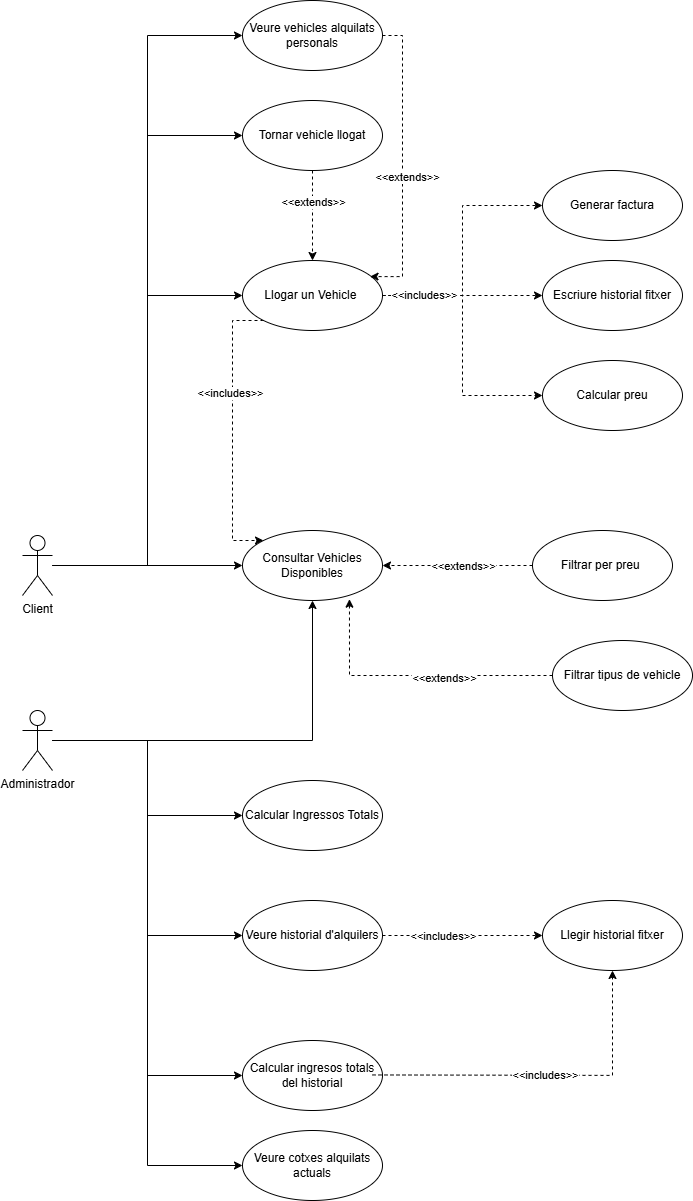
This is documents/Cas d'us JavaCar.png from LaSalleGracia-Programacio/24-25-pr-ctica-ii-javacar-paumarcelr, a draw.io export, as it was before one commit. Source tidied: cells renumbered, new cells last; positions are measured from the earlier drawing's top-left corner, leaving out a move shared by most shapes. The source it was exported from:
```xml
<mxGraphModel background="#ffffff">
  <root>
    <mxCell id="0" />
    <mxCell id="1" parent="0" />
    <mxCell id="2" style="edgeStyle=orthogonalEdgeStyle;rounded=0;jettySize=auto;html=1;entryX=0;entryY=0.5;entryDx=0;entryDy=0;" parent="1" edge="1" source="6" target="14">
      <mxGeometry relative="1" as="geometry" />
    </mxCell>
    <mxCell id="3" style="edgeStyle=orthogonalEdgeStyle;rounded=0;jettySize=auto;html=1;entryX=0;entryY=0.5;entryDx=0;entryDy=0;" parent="1" edge="1" source="6" target="13">
      <mxGeometry relative="1" as="geometry" />
    </mxCell>
    <mxCell id="4" style="edgeStyle=orthogonalEdgeStyle;rounded=0;jettySize=auto;html=1;entryX=0;entryY=0.5;entryDx=0;entryDy=0;" parent="1" edge="1" source="6" target="40">
      <mxGeometry relative="1" as="geometry" />
    </mxCell>
    <mxCell id="5" style="edgeStyle=orthogonalEdgeStyle;rounded=0;jettySize=auto;html=1;entryX=0;entryY=0.5;entryDx=0;entryDy=0;" parent="1" edge="1" source="6" target="41">
      <mxGeometry relative="1" as="geometry" />
    </mxCell>
    <mxCell id="6" value="Client" style="shape=umlActor;verticalLabelPosition=bottom;verticalAlign=top;html=1;" parent="1" vertex="1">
      <mxGeometry y="535" width="30" height="60" as="geometry" />
    </mxCell>
    <mxCell id="7" style="edgeStyle=orthogonalEdgeStyle;rounded=0;jettySize=auto;html=1;dashed=1;" parent="1" edge="1" source="13" target="14">
      <mxGeometry relative="1" as="geometry">
        <Array as="points">
          <mxPoint x="210" y="320" />
          <mxPoint x="210" y="540" />
        </Array>
      </mxGeometry>
    </mxCell>
    <mxCell id="8" value="&amp;lt;&amp;lt;includes&amp;gt;&amp;gt;" style="edgeLabel;html=1;align=center;verticalAlign=middle;" parent="7" vertex="1">
      <mxGeometry x="-0.27" y="-3" relative="1" as="geometry" />
    </mxCell>
    <mxCell id="9" style="edgeStyle=orthogonalEdgeStyle;rounded=0;jettySize=auto;html=1;entryX=0;entryY=0.5;entryDx=0;entryDy=0;dashed=1;" parent="1" edge="1" source="13" target="25">
      <mxGeometry relative="1" as="geometry" />
    </mxCell>
    <mxCell id="10" style="edgeStyle=orthogonalEdgeStyle;rounded=0;jettySize=auto;html=1;dashed=1;" parent="1" edge="1" source="13" target="31">
      <mxGeometry relative="1" as="geometry" />
    </mxCell>
    <mxCell id="11" style="edgeStyle=orthogonalEdgeStyle;rounded=0;jettySize=auto;html=1;entryX=0;entryY=0.5;entryDx=0;entryDy=0;dashed=1;" parent="1" edge="1" source="13" target="37">
      <mxGeometry relative="1" as="geometry" />
    </mxCell>
    <mxCell id="12" value="&amp;lt;&amp;lt;includes&amp;gt;&amp;gt;" style="edgeLabel;html=1;align=center;verticalAlign=middle;" parent="11" vertex="1">
      <mxGeometry x="-0.67" y="1" relative="1" as="geometry" />
    </mxCell>
    <mxCell id="13" value="Llogar un Vehicle&amp;nbsp;" style="ellipse;whiteSpace=wrap;html=1;" parent="1" vertex="1">
      <mxGeometry x="220" y="260" width="140" height="70" as="geometry" />
    </mxCell>
    <mxCell id="14" value="Consultar Vehicles Disponibles" style="ellipse;whiteSpace=wrap;html=1;" parent="1" vertex="1">
      <mxGeometry x="220" y="530" width="140" height="70" as="geometry" />
    </mxCell>
    <mxCell id="15" value="Calcular Ingressos Totals" style="ellipse;whiteSpace=wrap;html=1;" parent="1" vertex="1">
      <mxGeometry x="220" y="780" width="140" height="70" as="geometry" />
    </mxCell>
    <mxCell id="16" style="edgeStyle=orthogonalEdgeStyle;rounded=0;jettySize=auto;html=1;entryX=0.5;entryY=1;entryDx=0;entryDy=0;" parent="1" edge="1" source="21" target="14">
      <mxGeometry relative="1" as="geometry" />
    </mxCell>
    <mxCell id="17" style="edgeStyle=orthogonalEdgeStyle;rounded=0;jettySize=auto;html=1;entryX=0;entryY=0.5;entryDx=0;entryDy=0;" parent="1" edge="1" source="21" target="15">
      <mxGeometry relative="1" as="geometry" />
    </mxCell>
    <mxCell id="18" style="edgeStyle=orthogonalEdgeStyle;rounded=0;jettySize=auto;html=1;entryX=0;entryY=0.5;entryDx=0;entryDy=0;" parent="1" edge="1" source="21" target="30">
      <mxGeometry relative="1" as="geometry" />
    </mxCell>
    <mxCell id="19" style="edgeStyle=orthogonalEdgeStyle;rounded=0;jettySize=auto;html=1;entryX=0;entryY=0.5;entryDx=0;entryDy=0;" parent="1" edge="1" source="21" target="34">
      <mxGeometry relative="1" as="geometry" />
    </mxCell>
    <mxCell id="20" style="edgeStyle=orthogonalEdgeStyle;rounded=0;jettySize=auto;html=1;entryX=0;entryY=0.5;entryDx=0;entryDy=0;" parent="1" edge="1" source="21" target="44">
      <mxGeometry relative="1" as="geometry" />
    </mxCell>
    <mxCell id="21" value="Administrador" style="shape=umlActor;verticalLabelPosition=bottom;verticalAlign=top;html=1;" parent="1" vertex="1">
      <mxGeometry y="710" width="30" height="60" as="geometry" />
    </mxCell>
    <mxCell id="22" style="edgeStyle=orthogonalEdgeStyle;rounded=0;jettySize=auto;html=1;exitX=0;exitY=0.5;exitDx=0;exitDy=0;entryX=1;entryY=0.5;entryDx=0;entryDy=0;dashed=1;" parent="1" edge="1" source="24" target="14">
      <mxGeometry relative="1" as="geometry" />
    </mxCell>
    <mxCell id="23" value="&amp;lt;&amp;lt;extends&amp;gt;&amp;gt;" style="edgeLabel;html=1;align=center;verticalAlign=middle;" parent="22" vertex="1">
      <mxGeometry x="-0.06" relative="1" as="geometry" />
    </mxCell>
    <mxCell id="24" value="Filtrar per preu&amp;nbsp;" style="ellipse;whiteSpace=wrap;html=1;" parent="1" vertex="1">
      <mxGeometry x="510" y="530" width="140" height="70" as="geometry" />
    </mxCell>
    <mxCell id="25" value="Calcular preu" style="ellipse;whiteSpace=wrap;html=1;" parent="1" vertex="1">
      <mxGeometry x="520" y="360" width="140" height="70" as="geometry" />
    </mxCell>
    <mxCell id="26" value="Filtrar tipus de vehicle" style="ellipse;whiteSpace=wrap;html=1;" parent="1" vertex="1">
      <mxGeometry x="530" y="640" width="140" height="70" as="geometry" />
    </mxCell>
    <mxCell id="27" style="edgeStyle=orthogonalEdgeStyle;rounded=0;jettySize=auto;html=1;exitX=0;exitY=0.5;exitDx=0;exitDy=0;entryX=0.764;entryY=0.981;entryDx=0;entryDy=0;entryPerimeter=0;dashed=1;" parent="1" edge="1" source="26" target="14">
      <mxGeometry relative="1" as="geometry" />
    </mxCell>
    <mxCell id="28" value="&amp;lt;&amp;lt;extends&amp;gt;&amp;gt;" style="edgeLabel;html=1;align=center;verticalAlign=middle;" parent="27" vertex="1">
      <mxGeometry x="-0.22" y="2" relative="1" as="geometry" />
    </mxCell>
    <mxCell id="29" style="edgeStyle=orthogonalEdgeStyle;rounded=0;jettySize=auto;html=1;dashed=1;" parent="1" edge="1" source="30" target="32">
      <mxGeometry relative="1" as="geometry" />
    </mxCell>
    <mxCell id="30" value="Veure historial d'alquilers" style="ellipse;whiteSpace=wrap;html=1;" parent="1" vertex="1">
      <mxGeometry x="220" y="900" width="140" height="70" as="geometry" />
    </mxCell>
    <mxCell id="31" value="Escriure historial fitxer" style="ellipse;whiteSpace=wrap;html=1;" parent="1" vertex="1">
      <mxGeometry x="520" y="260" width="140" height="70" as="geometry" />
    </mxCell>
    <mxCell id="32" value="Llegir historial fitxer" style="ellipse;whiteSpace=wrap;html=1;" parent="1" vertex="1">
      <mxGeometry x="520" y="900" width="140" height="70" as="geometry" />
    </mxCell>
    <mxCell id="33" value="&amp;lt;&amp;lt;includes&amp;gt;&amp;gt;" style="edgeLabel;html=1;align=center;verticalAlign=middle;" parent="1" vertex="1">
      <mxGeometry x="420" y="935" as="geometry" />
    </mxCell>
    <mxCell id="34" value="Calcular ingresos totals del historial" style="ellipse;whiteSpace=wrap;html=1;" parent="1" vertex="1">
      <mxGeometry x="220" y="1040" width="140" height="70" as="geometry" />
    </mxCell>
    <mxCell id="35" style="edgeStyle=orthogonalEdgeStyle;rounded=0;jettySize=auto;html=1;dashed=1;entryX=0.5;entryY=1;entryDx=0;entryDy=0;" parent="1" edge="1" target="32">
      <mxGeometry relative="1" as="geometry">
        <mxPoint x="350" y="1074.4" as="sourcePoint" />
      </mxGeometry>
    </mxCell>
    <mxCell id="36" value="&amp;lt;&amp;lt;includes&amp;gt;&amp;gt;" style="edgeLabel;html=1;align=center;verticalAlign=middle;" parent="35" vertex="1">
      <mxGeometry relative="1" as="geometry">
        <mxPoint x="1" as="offset" />
      </mxGeometry>
    </mxCell>
    <mxCell id="37" value="Generar factura" style="ellipse;whiteSpace=wrap;html=1;" parent="1" vertex="1">
      <mxGeometry x="520" y="170" width="140" height="70" as="geometry" />
    </mxCell>
    <mxCell id="38" style="edgeStyle=orthogonalEdgeStyle;rounded=0;jettySize=auto;html=1;dashed=1;" parent="1" edge="1" source="40" target="13">
      <mxGeometry relative="1" as="geometry" />
    </mxCell>
    <mxCell id="39" value="&amp;lt;&amp;lt;extends&amp;gt;&amp;gt;" style="edgeLabel;html=1;align=center;verticalAlign=middle;" parent="38" vertex="1">
      <mxGeometry x="-0.3" relative="1" as="geometry" />
    </mxCell>
    <mxCell id="40" value="Tornar vehicle llogat" style="ellipse;whiteSpace=wrap;html=1;" parent="1" vertex="1">
      <mxGeometry x="220" y="100" width="140" height="70" as="geometry" />
    </mxCell>
    <mxCell id="41" value="Veure vehicles alquilats personals" style="ellipse;whiteSpace=wrap;html=1;" parent="1" vertex="1">
      <mxGeometry x="220" width="140" height="70" as="geometry" />
    </mxCell>
    <mxCell id="42" style="edgeStyle=orthogonalEdgeStyle;rounded=0;jettySize=auto;html=1;entryX=0.911;entryY=0.23;entryDx=0;entryDy=0;entryPerimeter=0;dashed=1;" parent="1" edge="1" source="41" target="13">
      <mxGeometry relative="1" as="geometry">
        <Array as="points">
          <mxPoint x="380" y="35" />
          <mxPoint x="380" y="276" />
        </Array>
      </mxGeometry>
    </mxCell>
    <mxCell id="43" value="&amp;lt;&amp;lt;extends&amp;gt;&amp;gt;" style="edgeLabel;html=1;align=center;verticalAlign=middle;" parent="42" vertex="1">
      <mxGeometry x="0.1" y="4" relative="1" as="geometry" />
    </mxCell>
    <mxCell id="44" value="Veure cotxes alquilats actuals" style="ellipse;whiteSpace=wrap;html=1;" parent="1" vertex="1">
      <mxGeometry x="220" y="1130" width="140" height="70" as="geometry" />
    </mxCell>
  </root>
</mxGraphModel>
```
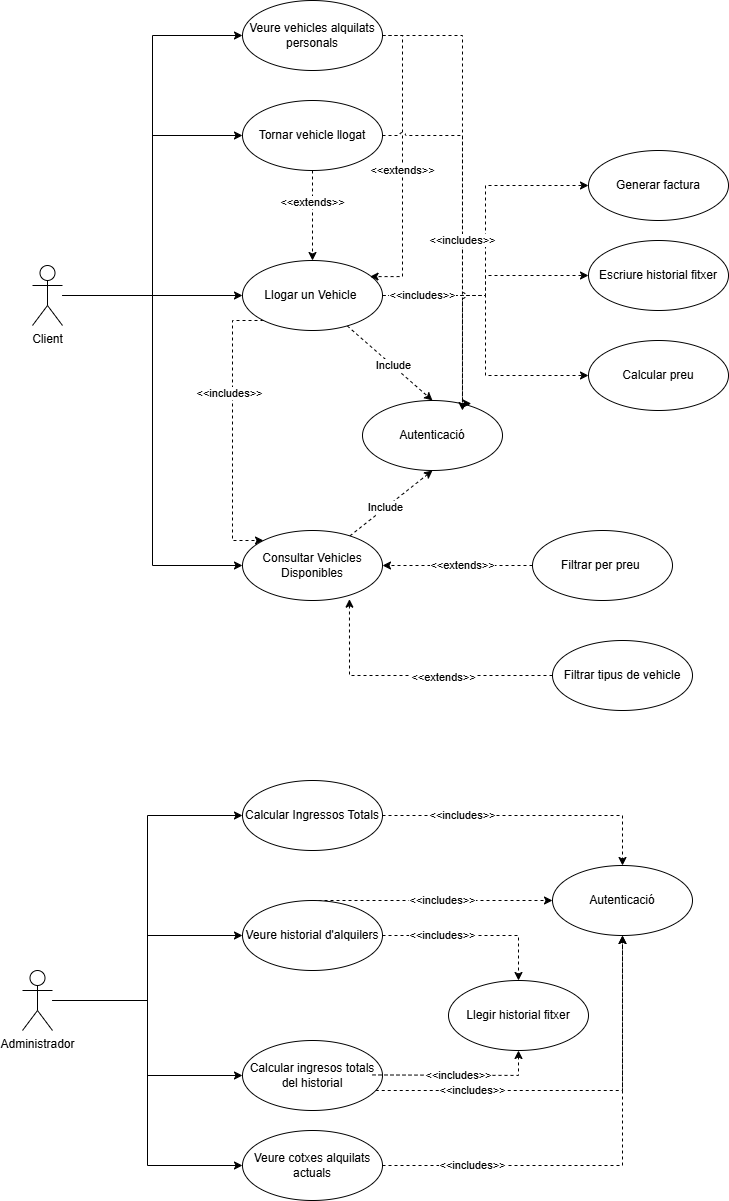
Above is the later version.

What changed in the source:
```diff
@@ -15,7 +15,7 @@
       <mxGeometry relative="1" as="geometry" />
     </mxCell>
     <mxCell id="6" value="Client" style="shape=umlActor;verticalLabelPosition=bottom;verticalAlign=top;html=1;" parent="1" vertex="1">
-      <mxGeometry y="535" width="30" height="60" as="geometry" />
+      <mxGeometry x="10" y="265" width="30" height="60" as="geometry" />
     </mxCell>
     <mxCell id="7" style="edgeStyle=orthogonalEdgeStyle;rounded=0;jettySize=auto;html=1;dashed=1;" parent="1" edge="1" source="13" target="14">
       <mxGeometry relative="1" as="geometry">
@@ -38,20 +38,36 @@
       <mxGeometry relative="1" as="geometry" />
     </mxCell>
     <mxCell id="12" value="&amp;lt;&amp;lt;includes&amp;gt;&amp;gt;" style="edgeLabel;html=1;align=center;verticalAlign=middle;" parent="11" vertex="1">
-      <mxGeometry x="-0.67" y="1" relative="1" as="geometry" />
+      <mxGeometry x="-0.67" y="1" relative="1" as="geometry">
+        <mxPoint x="-12" y="1" as="offset" />
+      </mxGeometry>
     </mxCell>
+    <mxCell id="45" style="rounded=0;jettySize=auto;html=1;entryX=0.5;entryY=0;entryDx=0;entryDy=0;dashed=1;" parent="1" edge="1" source="13" target="53">
+      <mxGeometry relative="1" as="geometry" />
+    </mxCell>
+    <mxCell id="46" value="Include" style="edgeLabel;html=1;align=center;verticalAlign=middle;" parent="45" vertex="1">
+      <mxGeometry x="0.07" relative="1" as="geometry">
+        <mxPoint x="1" as="offset" />
+      </mxGeometry>
+    </mxCell>
     <mxCell id="13" value="Llogar un Vehicle&amp;nbsp;" style="ellipse;whiteSpace=wrap;html=1;" parent="1" vertex="1">
       <mxGeometry x="220" y="260" width="140" height="70" as="geometry" />
     </mxCell>
+    <mxCell id="47" style="rounded=0;jettySize=auto;html=1;entryX=0.5;entryY=1;entryDx=0;entryDy=0;dashed=1;" parent="1" edge="1" source="14" target="53">
+      <mxGeometry relative="1" as="geometry" />
+    </mxCell>
+    <mxCell id="48" value="Include" style="edgeLabel;html=1;align=center;verticalAlign=middle;" parent="47" vertex="1">
+      <mxGeometry x="-0.13" y="1" relative="1" as="geometry" />
+    </mxCell>
     <mxCell id="14" value="Consultar Vehicles Disponibles" style="ellipse;whiteSpace=wrap;html=1;" parent="1" vertex="1">
       <mxGeometry x="220" y="530" width="140" height="70" as="geometry" />
     </mxCell>
+    <mxCell id="49" style="edgeStyle=orthogonalEdgeStyle;rounded=0;jettySize=auto;html=1;entryX=0.5;entryY=0;entryDx=0;entryDy=0;dashed=1;" parent="1" edge="1" source="15" target="57">
+      <mxGeometry relative="1" as="geometry" />
+    </mxCell>
     <mxCell id="15" value="Calcular Ingressos Totals" style="ellipse;whiteSpace=wrap;html=1;" parent="1" vertex="1">
       <mxGeometry x="220" y="780" width="140" height="70" as="geometry" />
     </mxCell>
-    <mxCell id="16" style="edgeStyle=orthogonalEdgeStyle;rounded=0;jettySize=auto;html=1;entryX=0.5;entryY=1;entryDx=0;entryDy=0;" parent="1" edge="1" source="21" target="14">
-      <mxGeometry relative="1" as="geometry" />
-    </mxCell>
     <mxCell id="17" style="edgeStyle=orthogonalEdgeStyle;rounded=0;jettySize=auto;html=1;entryX=0;entryY=0.5;entryDx=0;entryDy=0;" parent="1" edge="1" source="21" target="15">
       <mxGeometry relative="1" as="geometry" />
     </mxCell>
@@ -65,7 +81,7 @@
       <mxGeometry relative="1" as="geometry" />
     </mxCell>
     <mxCell id="21" value="Administrador" style="shape=umlActor;verticalLabelPosition=bottom;verticalAlign=top;html=1;" parent="1" vertex="1">
-      <mxGeometry y="710" width="30" height="60" as="geometry" />
+      <mxGeometry y="970" width="30" height="60" as="geometry" />
     </mxCell>
     <mxCell id="22" style="edgeStyle=orthogonalEdgeStyle;rounded=0;jettySize=auto;html=1;exitX=0;exitY=0.5;exitDx=0;exitDy=0;entryX=1;entryY=0.5;entryDx=0;entryDy=0;dashed=1;" parent="1" edge="1" source="24" target="14">
       <mxGeometry relative="1" as="geometry" />
@@ -77,7 +93,7 @@
       <mxGeometry x="510" y="530" width="140" height="70" as="geometry" />
     </mxCell>
     <mxCell id="25" value="Calcular preu" style="ellipse;whiteSpace=wrap;html=1;" parent="1" vertex="1">
-      <mxGeometry x="520" y="360" width="140" height="70" as="geometry" />
+      <mxGeometry x="566" y="340" width="140" height="70" as="geometry" />
     </mxCell>
     <mxCell id="26" value="Filtrar tipus de vehicle" style="ellipse;whiteSpace=wrap;html=1;" parent="1" vertex="1">
       <mxGeometry x="530" y="640" width="140" height="70" as="geometry" />
@@ -91,18 +107,33 @@
     <mxCell id="29" style="edgeStyle=orthogonalEdgeStyle;rounded=0;jettySize=auto;html=1;dashed=1;" parent="1" edge="1" source="30" target="32">
       <mxGeometry relative="1" as="geometry" />
     </mxCell>
+    <mxCell id="50" style="edgeStyle=orthogonalEdgeStyle;rounded=0;jettySize=auto;html=1;entryX=0;entryY=0.5;entryDx=0;entryDy=0;dashed=1;" parent="1" edge="1" source="30" target="57">
+      <mxGeometry relative="1" as="geometry">
+        <Array as="points">
+          <mxPoint x="400" y="900" />
+          <mxPoint x="400" y="900" />
+        </Array>
+      </mxGeometry>
+    </mxCell>
     <mxCell id="30" value="Veure historial d'alquilers" style="ellipse;whiteSpace=wrap;html=1;" parent="1" vertex="1">
       <mxGeometry x="220" y="900" width="140" height="70" as="geometry" />
     </mxCell>
     <mxCell id="31" value="Escriure historial fitxer" style="ellipse;whiteSpace=wrap;html=1;" parent="1" vertex="1">
-      <mxGeometry x="520" y="260" width="140" height="70" as="geometry" />
+      <mxGeometry x="566" y="240" width="140" height="70" as="geometry" />
     </mxCell>
     <mxCell id="32" value="Llegir historial fitxer" style="ellipse;whiteSpace=wrap;html=1;" parent="1" vertex="1">
-      <mxGeometry x="520" y="900" width="140" height="70" as="geometry" />
+      <mxGeometry x="426" y="980" width="140" height="70" as="geometry" />
     </mxCell>
     <mxCell id="33" value="&amp;lt;&amp;lt;includes&amp;gt;&amp;gt;" style="edgeLabel;html=1;align=center;verticalAlign=middle;" parent="1" vertex="1">
       <mxGeometry x="420" y="935" as="geometry" />
     </mxCell>
+    <mxCell id="51" style="edgeStyle=orthogonalEdgeStyle;rounded=0;jettySize=auto;html=1;entryX=0.5;entryY=1;entryDx=0;entryDy=0;dashed=1;" parent="1" edge="1" source="34" target="57">
+      <mxGeometry relative="1" as="geometry">
+        <Array as="points">
+          <mxPoint x="600" y="1090" />
+        </Array>
+      </mxGeometry>
+    </mxCell>
     <mxCell id="34" value="Calcular ingresos totals del historial" style="ellipse;whiteSpace=wrap;html=1;" parent="1" vertex="1">
       <mxGeometry x="220" y="1040" width="140" height="70" as="geometry" />
     </mxCell>
@@ -117,7 +148,7 @@
       </mxGeometry>
     </mxCell>
     <mxCell id="37" value="Generar factura" style="ellipse;whiteSpace=wrap;html=1;" parent="1" vertex="1">
-      <mxGeometry x="520" y="170" width="140" height="70" as="geometry" />
+      <mxGeometry x="566" y="150" width="140" height="70" as="geometry" />
     </mxCell>
     <mxCell id="38" style="edgeStyle=orthogonalEdgeStyle;rounded=0;jettySize=auto;html=1;dashed=1;" parent="1" edge="1" source="40" target="13">
       <mxGeometry relative="1" as="geometry" />
@@ -140,10 +171,51 @@
       </mxGeometry>
     </mxCell>
     <mxCell id="43" value="&amp;lt;&amp;lt;extends&amp;gt;&amp;gt;" style="edgeLabel;html=1;align=center;verticalAlign=middle;" parent="42" vertex="1">
-      <mxGeometry x="0.1" y="4" relative="1" as="geometry" />
+      <mxGeometry x="0.1" y="4" relative="1" as="geometry">
+        <mxPoint x="-4" y="-6" as="offset" />
+      </mxGeometry>
     </mxCell>
+    <mxCell id="52" style="edgeStyle=orthogonalEdgeStyle;rounded=0;jettySize=auto;html=1;entryX=0.5;entryY=1;entryDx=0;entryDy=0;dashed=1;" parent="1" edge="1" source="44" target="57">
+      <mxGeometry relative="1" as="geometry" />
+    </mxCell>
     <mxCell id="44" value="Veure cotxes alquilats actuals" style="ellipse;whiteSpace=wrap;html=1;" parent="1" vertex="1">
       <mxGeometry x="220" y="1130" width="140" height="70" as="geometry" />
     </mxCell>
+    <mxCell id="53" value="Autenticació" style="ellipse;whiteSpace=wrap;html=1;" parent="1" vertex="1">
+      <mxGeometry x="340" y="400" width="140" height="70" as="geometry" />
+    </mxCell>
+    <mxCell id="54" style="edgeStyle=orthogonalEdgeStyle;rounded=0;jettySize=auto;html=1;entryX=0.777;entryY=0.044;entryDx=0;entryDy=0;entryPerimeter=0;dashed=1;jumpStyle=arc;" parent="1" edge="1" source="40" target="53">
+      <mxGeometry relative="1" as="geometry">
+        <Array as="points">
+          <mxPoint x="440" y="135" />
+          <mxPoint x="440" y="403" />
+        </Array>
+      </mxGeometry>
+    </mxCell>
+    <mxCell id="55" style="edgeStyle=orthogonalEdgeStyle;rounded=0;jettySize=auto;html=1;entryX=0.714;entryY=0.143;entryDx=0;entryDy=0;entryPerimeter=0;dashed=1;" parent="1" edge="1" source="41" target="53">
+      <mxGeometry relative="1" as="geometry">
+        <Array as="points">
+          <mxPoint x="440" y="35" />
+        </Array>
+      </mxGeometry>
+    </mxCell>
+    <mxCell id="56" value="&amp;lt;&amp;lt;includes&amp;gt;&amp;gt;" style="edgeLabel;html=1;align=center;verticalAlign=middle;" parent="1" vertex="1">
+      <mxGeometry x="440" y="240" as="geometry" />
+    </mxCell>
+    <mxCell id="57" value="Autenticació" style="ellipse;whiteSpace=wrap;html=1;" parent="1" vertex="1">
+      <mxGeometry x="530" y="865" width="140" height="70" as="geometry" />
+    </mxCell>
+    <mxCell id="58" value="&amp;lt;&amp;lt;includes&amp;gt;&amp;gt;" style="edgeLabel;html=1;align=center;verticalAlign=middle;" parent="1" vertex="1">
+      <mxGeometry x="440" y="815" as="geometry" />
+    </mxCell>
+    <mxCell id="59" value="&amp;lt;&amp;lt;includes&amp;gt;&amp;gt;" style="edgeLabel;html=1;align=center;verticalAlign=middle;" parent="1" vertex="1">
+      <mxGeometry x="420" y="900" as="geometry" />
+    </mxCell>
+    <mxCell id="60" value="&amp;lt;&amp;lt;includes&amp;gt;&amp;gt;" style="edgeLabel;html=1;align=center;verticalAlign=middle;" parent="1" vertex="1">
+      <mxGeometry x="450" y="1090" as="geometry" />
+    </mxCell>
+    <mxCell id="61" value="&amp;lt;&amp;lt;includes&amp;gt;&amp;gt;" style="edgeLabel;html=1;align=center;verticalAlign=middle;" parent="1" vertex="1">
+      <mxGeometry x="450" y="1165" as="geometry" />
+    </mxCell>
   </root>
 </mxGraphModel>
```
